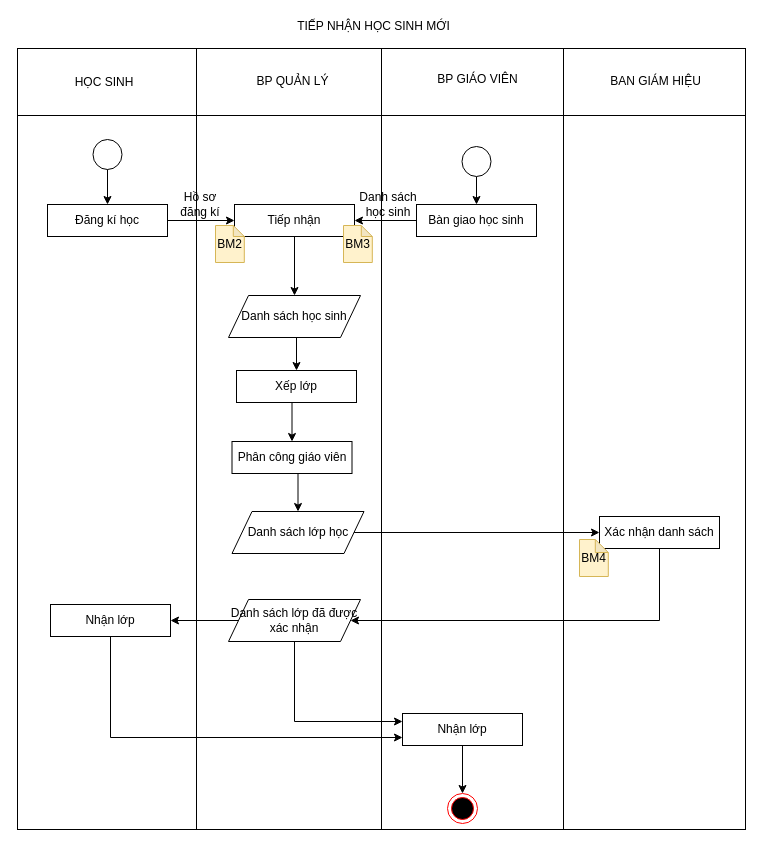
TLGKien/graph keeps this draw.io diagram as 1.2.2.a.drawio. Above is the earlier version. Source tidied: cells renumbered, new cells numbered last; positions are measured from the earlier drawing's top-left corner, leaving out a move shared by most shapes. Both pictures are drawn from the tidied source at 100%, with x=0, y=0 at pixel (17, 17).
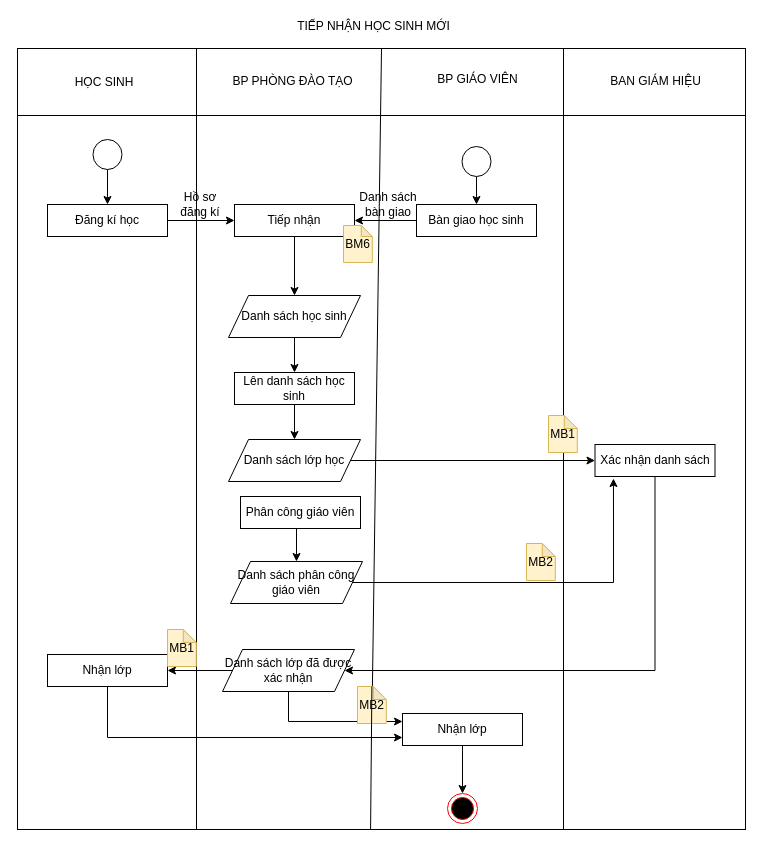
The same diagram, later.

Unchanged cells that the change refers to:
```xml
<mxCell id="2" style="shape=internalStorage;whiteSpace=wrap;html=1;backgroundOutline=1;dx=179;dy=67;" parent="1" vertex="1">
  <mxGeometry y="31" width="728" height="781" as="geometry" />
</mxCell>
<mxCell id="26" value="Danh sách học sinh" style="shape=parallelogram;perimeter=parallelogramPerimeter;whiteSpace=wrap;html=1;fixedSize=1;" parent="1" vertex="1">
  <mxGeometry x="211" y="278" width="132" height="42" as="geometry" />
</mxCell>
```

The edit, as a diff of the source:
```diff
@@
-    <mxCell id="4" value="BP QUẢN LÝ" style="text;html=1;align=center;verticalAlign=middle;" parent="1" vertex="1">
-      <mxGeometry x="234" y="55" width="81" height="18" as="geometry" />
+    <mxCell id="4" value="BP PHÒNG ĐÀO TẠO" style="text;html=1;align=center;verticalAlign=middle;" parent="1" vertex="1">
+      <mxGeometry x="209" y="55" width="131" height="18" as="geometry" />
     </mxCell>
-    <mxCell id="5" style="endArrow=none;html=1;entryX=0.5;entryY=0;entryDx=0;entryDy=0;exitX=0.5;exitY=1;exitDx=0;exitDy=0;" parent="1" edge="1" source="2" target="2">
+    <mxCell id="5" style="endArrow=none;html=1;entryX=0.5;entryY=0;entryDx=0;entryDy=0;exitX=0.5;exitY=1;exitDx=0;exitDy=0;" parent="1" edge="1" source="46" target="2">
       <mxGeometry relative="1" as="geometry" />
     </mxCell>
@@
-    <mxCell id="18" value="Danh sách học sinh" style="text;html=1;strokeColor=none;fillColor=none;align=center;verticalAlign=middle;whiteSpace=wrap;rounded=0;" parent="1" vertex="1">
+    <mxCell id="18" value="Danh sách bàn giao" style="text;html=1;strokeColor=none;fillColor=none;align=center;verticalAlign=middle;whiteSpace=wrap;rounded=0;" parent="1" vertex="1">
       <mxGeometry x="337" y="159" width="68" height="56" as="geometry" />
     </mxCell>
@@
-    <mxCell id="20" style="edgeStyle=orthogonalEdgeStyle;rounded=0;jettySize=auto;html=1;exitX=0.5;exitY=1;exitDx=0;exitDy=0;entryX=0.5;entryY=0;entryDx=0;entryDy=0;" parent="1" edge="1" source="21" target="24">
+    <mxCell id="20" style="edgeStyle=orthogonalEdgeStyle;rounded=0;jettySize=auto;html=1;exitX=0.5;exitY=1;exitDx=0;exitDy=0;entryX=0.5;entryY=0;entryDx=0;entryDy=0;" parent="1" edge="1" source="26" target="24">
       <mxGeometry relative="1" as="geometry" />
     </mxCell>
+    <mxCell id="43" style="edgeStyle=orthogonalEdgeStyle;rounded=0;jettySize=auto;html=1;exitX=0.5;exitY=1;exitDx=0;exitDy=0;entryX=0.5;entryY=0;entryDx=0;entryDy=0;" parent="1" edge="1" source="21" target="45">
+      <mxGeometry relative="1" as="geometry" />
+    </mxCell>
-    <mxCell id="21" value="Xếp lớp" style="rounded=0;whiteSpace=wrap;html=1;" parent="1" vertex="1">
-      <mxGeometry x="219" y="353" width="120" height="32" as="geometry" />
+    <mxCell id="21" value="Phân công giáo viên" style="rounded=0;whiteSpace=wrap;html=1;" parent="1" vertex="1">
+      <mxGeometry x="223" y="479" width="120" height="32" as="geometry" />
     </mxCell>
@@
-    <mxCell id="24" value="Phân công giáo viên" style="rounded=0;whiteSpace=wrap;html=1;" parent="1" vertex="1">
-      <mxGeometry x="214.5" y="424" width="120" height="32" as="geometry" />
+    <mxCell id="24" value="Lên danh sách học sinh" style="rounded=0;whiteSpace=wrap;html=1;" parent="1" vertex="1">
+      <mxGeometry x="217" y="355" width="120" height="32" as="geometry" />
     </mxCell>
-    <mxCell id="25" style="edgeStyle=orthogonalEdgeStyle;rounded=0;jettySize=auto;html=1;exitX=0.5;exitY=1;exitDx=0;exitDy=0;entryX=0.5;entryY=0;entryDx=0;entryDy=0;" parent="1" edge="1" source="26" target="21">
-      <mxGeometry relative="1" as="geometry" />
-    </mxCell>
@@
     <mxCell id="27" style="edgeStyle=orthogonalEdgeStyle;rounded=0;jettySize=auto;html=1;exitX=0.5;exitY=1;exitDx=0;exitDy=0;entryX=1;entryY=0.5;entryDx=0;entryDy=0;" parent="1" edge="1" source="28" target="42">
       <mxGeometry relative="1" as="geometry">
         <Array as="points">
-          <mxPoint x="642" y="603" />
+          <mxPoint x="638" y="653" />
         </Array>
       </mxGeometry>
     </mxCell>
     <mxCell id="28" value="Xác nhận danh sách" style="rounded=0;whiteSpace=wrap;html=1;" parent="1" vertex="1">
-      <mxGeometry x="582" y="499" width="120" height="32" as="geometry" />
+      <mxGeometry x="577.5" y="427" width="120" height="32" as="geometry" />
     </mxCell>
@@
     <mxCell id="32" value="Danh sách lớp học" style="shape=parallelogram;perimeter=parallelogramPerimeter;whiteSpace=wrap;html=1;fixedSize=1;" parent="1" vertex="1">
-      <mxGeometry x="214.5" y="494" width="132" height="42" as="geometry" />
+      <mxGeometry x="211" y="422" width="132" height="42" as="geometry" />
     </mxCell>
@@
     <mxCell id="34" value="Nhận lớp" style="rounded=0;whiteSpace=wrap;html=1;" parent="1" vertex="1">
-      <mxGeometry x="33" y="587" width="120" height="32" as="geometry" />
+      <mxGeometry x="30" y="637" width="120" height="32" as="geometry" />
     </mxCell>
@@
-    <mxCell id="37" value="BM3" style="shape=note;whiteSpace=wrap;html=1;backgroundOutline=1;darkOpacity=0.05;size=11;fillColor=#fff2cc;strokeColor=#d6b656;" parent="1" vertex="1">
+    <mxCell id="37" value="BM6" style="shape=note;whiteSpace=wrap;html=1;backgroundOutline=1;darkOpacity=0.05;size=11;fillColor=#fff2cc;strokeColor=#d6b656;" parent="1" vertex="1">
       <mxGeometry x="326" y="208" width="28.8" height="37" as="geometry" />
     </mxCell>
-    <mxCell id="38" value="BM2" style="shape=note;whiteSpace=wrap;html=1;backgroundOutline=1;darkOpacity=0.05;size=11;fillColor=#fff2cc;strokeColor=#d6b656;" parent="1" vertex="1">
-      <mxGeometry x="198" y="208" width="28.8" height="37" as="geometry" />
-    </mxCell>
@@
-    <mxCell id="41" value="BM4" style="shape=note;whiteSpace=wrap;html=1;backgroundOutline=1;darkOpacity=0.05;size=13;fillColor=#fff2cc;strokeColor=#d6b656;" parent="1" vertex="1">
-      <mxGeometry x="562" y="522" width="28.8" height="37" as="geometry" />
+    <mxCell id="41" value="MB1" style="shape=note;whiteSpace=wrap;html=1;backgroundOutline=1;darkOpacity=0.05;size=13;fillColor=#fff2cc;strokeColor=#d6b656;" parent="1" vertex="1">
+      <mxGeometry x="531" y="398" width="28.8" height="37" as="geometry" />
     </mxCell>
     <mxCell id="42" value="Danh sách lớp đã được xác nhận" style="shape=parallelogram;perimeter=parallelogramPerimeter;whiteSpace=wrap;html=1;fixedSize=1;" parent="1" vertex="1">
-      <mxGeometry x="211" y="582" width="132" height="42" as="geometry" />
+      <mxGeometry x="205" y="632" width="132" height="42" as="geometry" />
     </mxCell>
+    <mxCell id="44" style="edgeStyle=orthogonalEdgeStyle;rounded=0;jettySize=auto;html=1;exitX=1;exitY=0.5;exitDx=0;exitDy=0;entryX=0.154;entryY=1.063;entryDx=0;entryDy=0;entryPerimeter=0;" parent="1" edge="1" source="45" target="28">
+      <mxGeometry relative="1" as="geometry" />
+    </mxCell>
+    <mxCell id="45" value="Danh sách phân công giáo viên" style="shape=parallelogram;perimeter=parallelogramPerimeter;whiteSpace=wrap;html=1;fixedSize=1;" parent="1" vertex="1">
+      <mxGeometry x="213" y="544" width="132" height="42" as="geometry" />
+    </mxCell>
+    <mxCell id="46" value="MB2" style="shape=note;whiteSpace=wrap;html=1;backgroundOutline=1;darkOpacity=0.05;size=13;fillColor=#fff2cc;strokeColor=#d6b656;" parent="1" vertex="1">
+      <mxGeometry x="340" y="669" width="28.8" height="37" as="geometry" />
+    </mxCell>
+    <mxCell id="47" style="endArrow=none;html=1;entryX=0.5;entryY=0;entryDx=0;entryDy=0;exitX=0.485;exitY=1;exitDx=0;exitDy=0;exitPerimeter=0;" parent="1" edge="1" source="2" target="46">
+      <mxGeometry relative="1" as="geometry" />
+    </mxCell>
+    <mxCell id="48" value="MB1" style="shape=note;whiteSpace=wrap;html=1;backgroundOutline=1;darkOpacity=0.05;size=13;fillColor=#fff2cc;strokeColor=#d6b656;" parent="1" vertex="1">
+      <mxGeometry x="150" y="612" width="28.8" height="37" as="geometry" />
+    </mxCell>
+    <mxCell id="49" value="MB2" style="shape=note;whiteSpace=wrap;html=1;backgroundOutline=1;darkOpacity=0.05;size=13;fillColor=#fff2cc;strokeColor=#d6b656;" parent="1" vertex="1">
+      <mxGeometry x="509" y="526" width="28.8" height="37" as="geometry" />
+    </mxCell>
```
